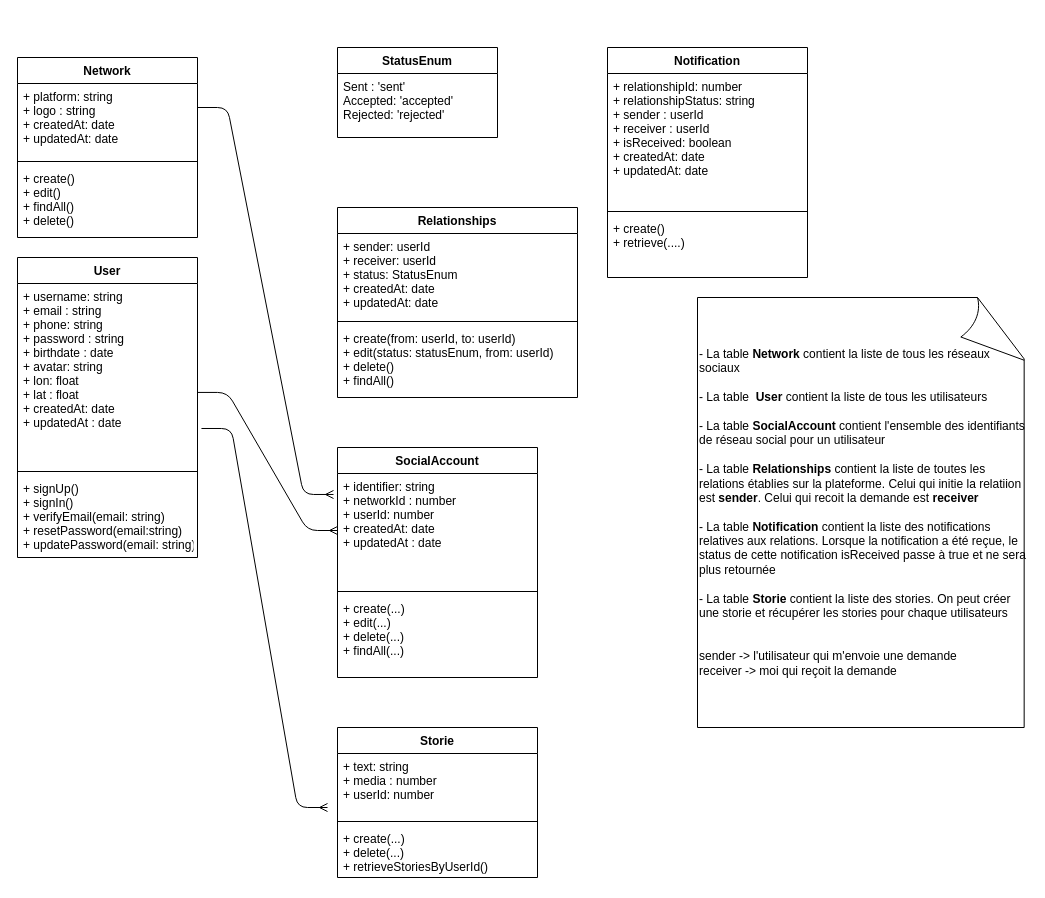
Before: eyeco.drawio in kayode-adechinan/social-api-class-diagram, a draw.io diagram. Source tidied: cells renumbered, new cells numbered last; positions are measured from the earlier drawing's top-left corner, leaving out a move shared by most shapes. Both pictures are drawn from the tidied source at 100%, with x=0, y=0 at pixel (17, 47).
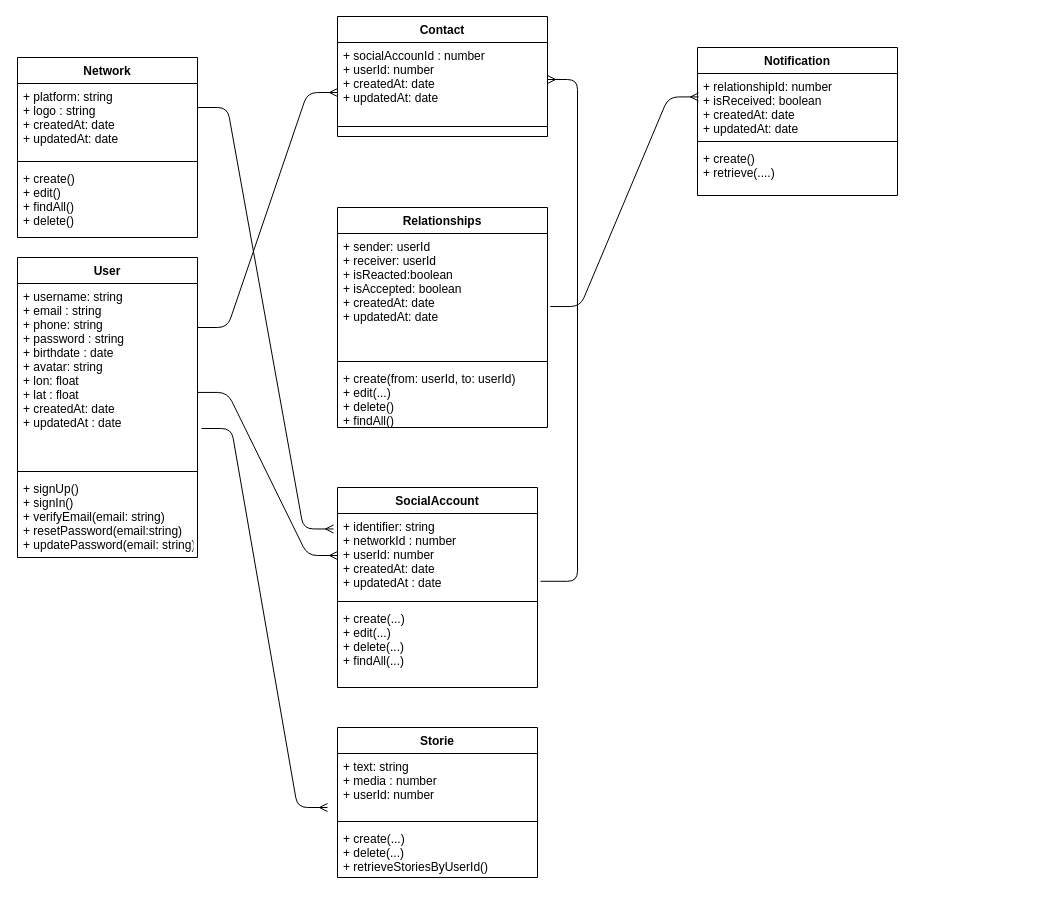
The same diagram, later.

Diff of the diagram source:
```diff
@@
     <mxCell id="6" value="SocialAccount" style="swimlane;fontStyle=1;align=center;verticalAlign=top;horizontal=1;startSize=26;" parent="1" vertex="1">
-      <mxGeometry x="320" y="400" width="200" height="230" as="geometry" />
+      <mxGeometry x="320" y="440" width="200" height="200" as="geometry" />
     </mxCell>
     <mxCell id="7" value="+ identifier: string&#10;+ networkId : number&#10;+ userId: number&#10;+ createdAt: date&#10;+ updatedAt : date" style="text;strokeColor=none;fillColor=none;align=left;verticalAlign=top;spacingLeft=4;spacingRight=4;overflow=hidden;points=[[0,0.5],[1,0.5]];portConstraint=eastwest;" parent="6" vertex="1">
-      <mxGeometry y="26" width="200" height="114" as="geometry" />
+      <mxGeometry y="26" width="200" height="84" as="geometry" />
     </mxCell>
     <mxCell id="8" style="line;strokeWidth=1;fillColor=none;align=left;verticalAlign=middle;spacingTop=-1;spacingLeft=3;spacingRight=3;labelPosition=right;" parent="6" vertex="1">
-      <mxGeometry y="140" width="200" height="8" as="geometry" />
+      <mxGeometry y="110" width="200" height="8" as="geometry" />
     </mxCell>
     <mxCell id="9" value="+ create(...)&#10;+ edit(...)&#10;+ delete(...)&#10;+ findAll(...)" style="text;strokeColor=none;fillColor=none;align=left;verticalAlign=top;spacingLeft=4;spacingRight=4;overflow=hidden;" parent="6" vertex="1">
-      <mxGeometry y="148" width="200" height="82" as="geometry" />
+      <mxGeometry y="118" width="200" height="82" as="geometry" />
     </mxCell>
@@
     <mxCell id="14" value="Relationships" style="swimlane;fontStyle=1;align=center;verticalAlign=top;horizontal=1;startSize=26;" parent="1" vertex="1">
-      <mxGeometry x="320" y="160" width="240" height="190" as="geometry" />
+      <mxGeometry x="320" y="160" width="210" height="220" as="geometry" />
     </mxCell>
-    <mxCell id="15" value="+ sender: userId&#10;+ receiver: userId&#10;+ status: StatusEnum&#10;+ createdAt: date&#10;+ updatedAt: date" style="text;strokeColor=none;fillColor=none;align=left;verticalAlign=top;spacingLeft=4;spacingRight=4;overflow=hidden;points=[[0,0.5],[1,0.5]];portConstraint=eastwest;" parent="14" vertex="1">
-      <mxGeometry y="26" width="240" height="84" as="geometry" />
+    <mxCell id="15" value="+ sender: userId&#10;+ receiver: userId&#10;+ isReacted:boolean&#10;+ isAccepted: boolean&#10;+ createdAt: date&#10;+ updatedAt: date" style="text;strokeColor=none;fillColor=none;align=left;verticalAlign=top;spacingLeft=4;spacingRight=4;overflow=hidden;points=[[0,0.5],[1,0.5]];portConstraint=eastwest;" parent="14" vertex="1">
+      <mxGeometry y="26" width="210" height="124" as="geometry" />
     </mxCell>
     <mxCell id="16" style="line;strokeWidth=1;fillColor=none;align=left;verticalAlign=middle;spacingTop=-1;spacingLeft=3;spacingRight=3;labelPosition=right;" parent="14" vertex="1">
-      <mxGeometry y="110" width="240" height="8" as="geometry" />
+      <mxGeometry y="150" width="210" height="8" as="geometry" />
     </mxCell>
-    <mxCell id="17" value="+ create(from: userId, to: userId)&#10;+ edit(status: statusEnum, from: userId)&#10;+ delete()&#10;+ findAll()" style="text;strokeColor=none;fillColor=none;align=left;verticalAlign=top;spacingLeft=4;spacingRight=4;overflow=hidden;" parent="14" vertex="1">
-      <mxGeometry y="118" width="240" height="72" as="geometry" />
+    <mxCell id="17" value="+ create(from: userId, to: userId)&#10;+ edit(...)&#10;+ delete()&#10;+ findAll()" style="text;strokeColor=none;fillColor=none;align=left;verticalAlign=top;spacingLeft=4;spacingRight=4;overflow=hidden;" parent="14" vertex="1">
+      <mxGeometry y="158" width="210" height="62" as="geometry" />
     </mxCell>
     <mxCell id="18" value="Notification" style="swimlane;fontStyle=1;align=center;verticalAlign=top;horizontal=1;startSize=26;" parent="1" vertex="1">
-      <mxGeometry x="590" width="200" height="230" as="geometry" />
+      <mxGeometry x="680" width="200" height="148" as="geometry" />
     </mxCell>
-    <mxCell id="19" value="+ relationshipId: number&#10;+ relationshipStatus: string&#10;+ sender : userId&#10;+ receiver : userId&#10;+ isReceived: boolean&#10;+ createdAt: date&#10;+ updatedAt: date" style="text;strokeColor=none;fillColor=none;align=left;verticalAlign=top;spacingLeft=4;spacingRight=4;overflow=hidden;points=[[0,0.5],[1,0.5]];portConstraint=eastwest;" parent="18" vertex="1">
-      <mxGeometry y="26" width="200" height="134" as="geometry" />
+    <mxCell id="19" value="+ relationshipId: number&#10;+ isReceived: boolean&#10;+ createdAt: date&#10;+ updatedAt: date" style="text;strokeColor=none;fillColor=none;align=left;verticalAlign=top;spacingLeft=4;spacingRight=4;overflow=hidden;points=[[0,0.5],[1,0.5]];portConstraint=eastwest;" parent="18" vertex="1">
+      <mxGeometry y="26" width="200" height="64" as="geometry" />
     </mxCell>
     <mxCell id="20" style="line;strokeWidth=1;fillColor=none;align=left;verticalAlign=middle;spacingTop=-1;spacingLeft=3;spacingRight=3;labelPosition=right;" parent="18" vertex="1">
-      <mxGeometry y="160" width="200" height="8" as="geometry" />
+      <mxGeometry y="90" width="200" height="8" as="geometry" />
     </mxCell>
     <mxCell id="21" value="+ create()&#10;+ retrieve(....)" style="text;strokeColor=none;fillColor=none;align=left;verticalAlign=top;spacingLeft=4;spacingRight=4;overflow=hidden;" parent="18" vertex="1">
-      <mxGeometry y="168" width="200" height="62" as="geometry" />
+      <mxGeometry y="98" width="200" height="50" as="geometry" />
     </mxCell>
@@
-    <mxCell id="29" value="StatusEnum" style="swimlane;fontStyle=1;align=center;verticalAlign=top;horizontal=1;startSize=26;" parent="1" vertex="1">
-      <mxGeometry x="320" width="160" height="90" as="geometry" />
-    </mxCell>
-    <mxCell id="30" value="Sent : 'sent'&#10;Accepted: 'accepted'&#10;Rejected: 'rejected'&#10;" style="text;strokeColor=none;fillColor=none;align=left;verticalAlign=top;spacingLeft=4;spacingRight=4;overflow=hidden;" parent="29" vertex="1">
-      <mxGeometry y="26" width="160" height="64" as="geometry" />
-    </mxCell>
-    <mxCell id="31" value="- La table&lt;b&gt; Network&lt;/b&gt; contient la liste de tous les réseaux sociaux&lt;br&gt;&lt;br&gt;- La table&amp;nbsp;&amp;nbsp;&lt;b&gt;User&lt;/b&gt; contient la liste de tous les utilisateurs&lt;br&gt;&lt;br&gt;- La table &lt;b&gt;SocialAccount &lt;/b&gt;contient l'ensemble des identifiants de réseau social pour un utilisateur&lt;br&gt;&lt;br&gt;- La table&lt;b&gt; Relationships&lt;/b&gt; contient la liste de toutes les relations établies sur la plateforme. Celui qui initie la relatiion est&lt;b&gt;&amp;nbsp;sender&lt;/b&gt;. Celui qui recoit la demande est &lt;b&gt;receiver&lt;/b&gt;&lt;br&gt;&lt;br&gt;- La table &lt;b&gt;Notification&lt;/b&gt; contient la liste des notifications relatives aux relations. Lorsque la notification a été reçue, le status de cette notification isReceived passe à true et ne sera plus retournée&lt;br&gt;&lt;br&gt;- La table &lt;b&gt;Storie&lt;/b&gt; contient la liste des stories. On peut créer une storie et récupérer les stories pour chaque utilisateurs&lt;br&gt;&lt;br&gt;&lt;br&gt;sender -&amp;gt; l'utilisateur qui m'envoie une demande&lt;br&gt;receiver -&amp;gt; moi qui reçoit la demande" style="whiteSpace=wrap;html=1;shape=mxgraph.basic.document;align=left;" parent="1" vertex="1">
-      <mxGeometry x="680" y="250" width="330" height="430" as="geometry" />
-    </mxCell>
+    <mxCell id="32" style="edgeStyle=entityRelationEdgeStyle;fontSize=12;html=1;endArrow=ERmany;entryX=0.005;entryY=0.366;entryDx=0;entryDy=0;entryPerimeter=0;exitX=1.013;exitY=0.589;exitDx=0;exitDy=0;exitPerimeter=0;" parent="1" edge="1" source="15" target="19">
+      <mxGeometry relative="1" as="geometry" />
+    </mxCell>
+    <mxCell id="33" value="Contact" style="swimlane;fontStyle=1;align=center;verticalAlign=top;horizontal=1;startSize=26;" parent="1" vertex="1">
+      <mxGeometry x="320" y="-31" width="210" height="120" as="geometry" />
+    </mxCell>
+    <mxCell id="34" value="+ socialAccounId : number&#10;+ userId: number &#10;+ createdAt: date&#10;+ updatedAt: date&#10;" style="text;strokeColor=none;fillColor=none;align=left;verticalAlign=top;spacingLeft=4;spacingRight=4;overflow=hidden;points=[[0,0.5],[1,0.5]];portConstraint=eastwest;" parent="33" vertex="1">
+      <mxGeometry y="26" width="210" height="74" as="geometry" />
+    </mxCell>
+    <mxCell id="35" style="line;strokeWidth=1;fillColor=none;align=left;verticalAlign=middle;spacingTop=-1;spacingLeft=3;spacingRight=3;labelPosition=right;" parent="33" vertex="1">
+      <mxGeometry y="100" width="210" height="20" as="geometry" />
+    </mxCell>
+    <mxCell id="36" style="edgeStyle=entityRelationEdgeStyle;fontSize=12;html=1;endArrow=ERmany;entryX=0;entryY=0.676;entryDx=0;entryDy=0;entryPerimeter=0;" parent="1" edge="1" target="34">
+      <mxGeometry relative="1" as="geometry">
+        <mxPoint x="180" y="280" as="sourcePoint" />
+      </mxGeometry>
+    </mxCell>
+    <mxCell id="37" style="edgeStyle=entityRelationEdgeStyle;fontSize=12;html=1;endArrow=ERmany;exitX=1.015;exitY=0.807;exitDx=0;exitDy=0;exitPerimeter=0;" parent="1" edge="1" source="7" target="34">
+      <mxGeometry relative="1" as="geometry" />
+    </mxCell>
```
